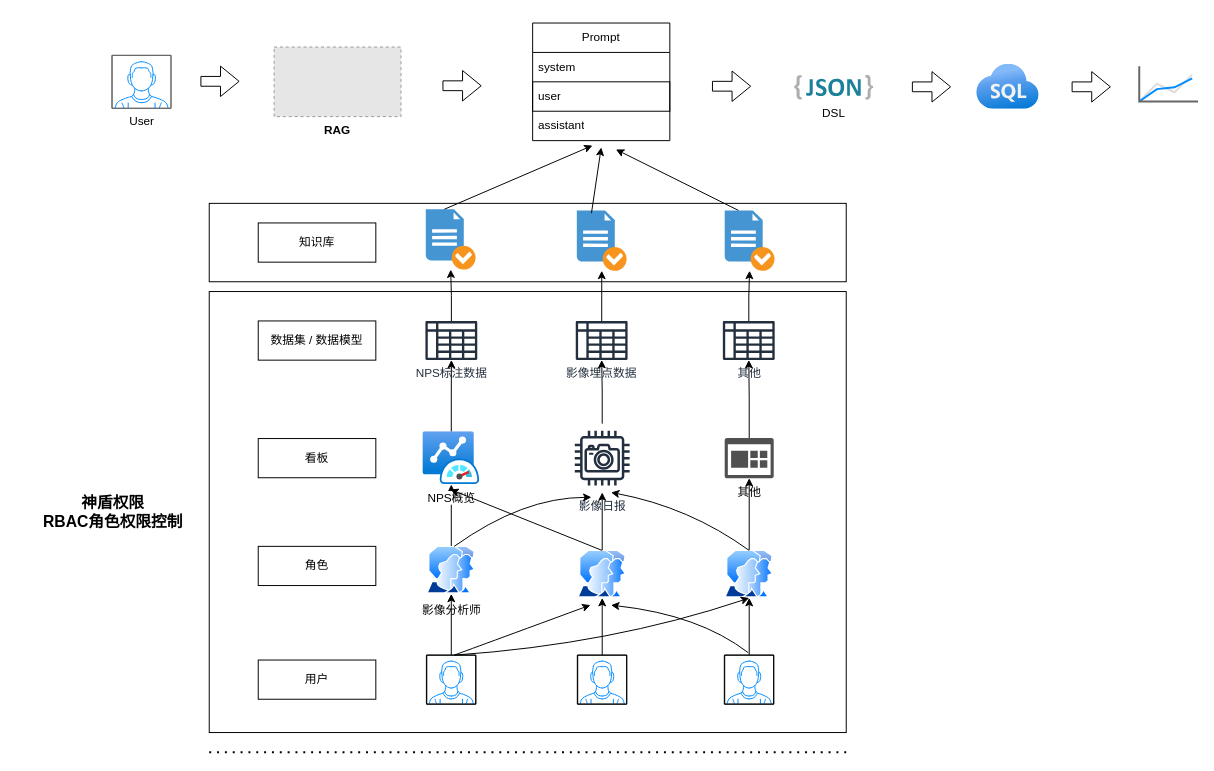
Before: permit.drawio in huashengz/text2any, a draw.io diagram. Source tidied: cells renumbered, new cells numbered last; positions are measured from the earlier drawing's top-left corner, leaving out a move shared by most shapes. Both pictures are drawn from the tidied source at 98%, with x=0, y=0 at pixel (17, 23). Pictures stored in the file or linked from it are replaced by grey dashed boxes.
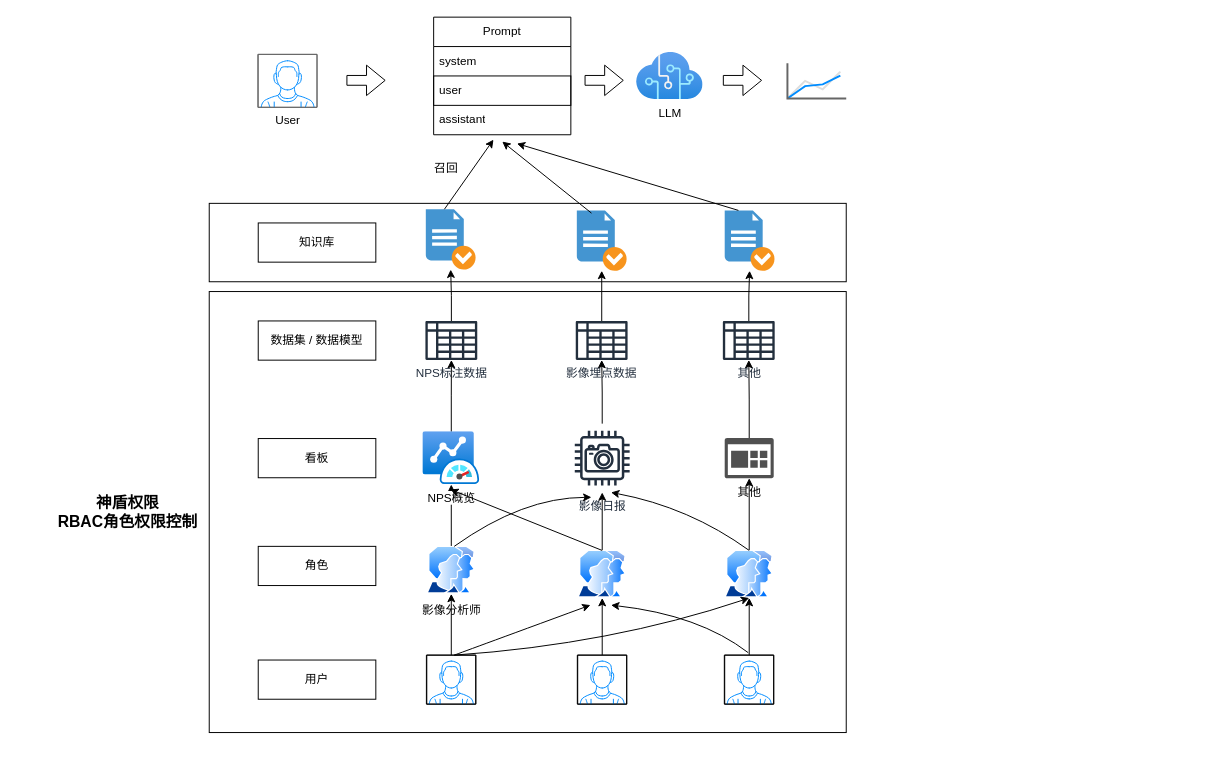
Above is the later version.

What changed in the source:
```diff
@@
     <mxCell id="26" value="神盾权限&lt;div&gt;RBAC角色权限控制&lt;/div&gt;" style="text;strokeColor=none;align=center;fillColor=none;html=1;verticalAlign=middle;whiteSpace=wrap;rounded=0;fontStyle=1;fontSize=16;" parent="1" vertex="1">
-      <mxGeometry y="473.2" width="196" height="51.5" as="geometry" />
+      <mxGeometry x="15" y="473.2" width="196" height="51.5" as="geometry" />
     </mxCell>
@@
     <mxCell id="42" value="Prompt" style="swimlane;fontStyle=0;horizontal=1;startSize=30;whiteSpace=wrap;html=1;" parent="1" vertex="1">
-      <mxGeometry x="526" width="140" height="120" as="geometry" />
+      <mxGeometry x="425" y="-6" width="140" height="120" as="geometry" />
     </mxCell>
@@
-    <mxCell id="47" value="RAG" style="fillColor=#E6E6E6;strokeColor=#999999;dashed=1;verticalLabelPosition=bottom;labelBackgroundColor=default;verticalAlign=top;fontStyle=1;" parent="1" vertex="1">
-      <mxGeometry x="262.2" y="24.5" width="129.5" height="71" as="geometry" />
-    </mxCell>
@@
     <mxCell id="51" style="shape=flexArrow;endArrow=classic;html=1;rounded=0;" parent="1" edge="1">
       <mxGeometry relative="1" as="geometry">
-        <mxPoint x="434" y="64" as="sourcePoint" />
-        <mxPoint x="474" y="64" as="targetPoint" />
+        <mxPoint x="336" y="58.5" as="sourcePoint" />
+        <mxPoint x="376" y="58.5" as="targetPoint" />
       </mxGeometry>
     </mxCell>
     <mxCell id="52" value="User" style="verticalLabelPosition=bottom;shadow=0;dashed=0;align=center;html=1;verticalAlign=top;strokeWidth=1;shape=mxgraph.mockup.containers.userMale;strokeColor=#666666;strokeColor2=#008cff;" parent="1" vertex="1">
-      <mxGeometry x="97" y="33" width="60" height="54" as="geometry" />
+      <mxGeometry x="246" y="32" width="60" height="54" as="geometry" />
     </mxCell>
-    <mxCell id="53" style="shape=flexArrow;endArrow=classic;html=1;rounded=0;" parent="1" edge="1">
-      <mxGeometry relative="1" as="geometry">
-        <mxPoint x="187" y="59.5" as="sourcePoint" />
-        <mxPoint x="227" y="59.5" as="targetPoint" />
-      </mxGeometry>
-    </mxCell>
     <mxCell id="54" style="shape=flexArrow;endArrow=classic;html=1;rounded=0;" parent="1" edge="1">
       <mxGeometry relative="1" as="geometry">
-        <mxPoint x="709" y="64.5" as="sourcePoint" />
-        <mxPoint x="749" y="64.5" as="targetPoint" />
+        <mxPoint x="579" y="58.5" as="sourcePoint" />
+        <mxPoint x="619" y="58.5" as="targetPoint" />
       </mxGeometry>
     </mxCell>
-    <mxCell id="55" value="DSL" style="dashed=0;html=1;align=center;labelPosition=center;verticalLabelPosition=bottom;verticalAlign=top;shape=mxgraph.weblogos.json_2;" parent="1" vertex="1">
-      <mxGeometry x="793" y="53" width="80.4" height="25.2" as="geometry" />
-    </mxCell>
     <mxCell id="56" style="shape=flexArrow;endArrow=classic;html=1;rounded=0;" parent="1" edge="1">
       <mxGeometry relative="1" as="geometry">
-        <mxPoint x="913" y="65.1" as="sourcePoint" />
-        <mxPoint x="953" y="65.1" as="targetPoint" />
+        <mxPoint x="720.1" y="58.5" as="sourcePoint" />
+        <mxPoint x="760.1" y="58.5" as="targetPoint" />
       </mxGeometry>
     </mxCell>
-    <mxCell id="57" style="image;html=1;align=center;fontSize=12;image=img/lib/azure2/databases/Azure_SQL.svg;" parent="1" vertex="1">
-      <mxGeometry x="979" y="42" width="64" height="46" as="geometry" />
-    </mxCell>
     <mxCell id="58" style="verticalLabelPosition=bottom;shadow=0;dashed=0;align=center;html=1;verticalAlign=top;strokeWidth=1;shape=mxgraph.mockup.graphics.lineChart;strokeColor=none;strokeColor2=#666666;strokeColor3=#008cff;strokeColor4=#dddddd;" parent="1" vertex="1">
-      <mxGeometry x="1145" y="44" width="60" height="36" as="geometry" />
+      <mxGeometry x="786" y="41" width="60" height="36" as="geometry" />
     </mxCell>
-    <mxCell id="59" style="shape=flexArrow;endArrow=classic;html=1;rounded=0;" parent="1" edge="1">
-      <mxGeometry relative="1" as="geometry">
-        <mxPoint x="1076" y="65.1" as="sourcePoint" />
-        <mxPoint x="1116" y="65.1" as="targetPoint" />
-      </mxGeometry>
-    </mxCell>
-    <mxCell id="60" style="endArrow=none;dashed=1;html=1;dashPattern=1 3;strokeWidth=2;rounded=0;" parent="1" edge="1">
-      <mxGeometry relative="1" as="geometry">
-        <mxPoint x="196" y="744" as="sourcePoint" />
-        <mxPoint x="846" y="744" as="targetPoint" />
-      </mxGeometry>
-    </mxCell>
+    <mxCell id="61" value="LLM" style="image;html=1;align=center;fontSize=12;image=img/lib/azure2/ai_machine_learning/Cognitive_Services.svg;" parent="1" vertex="1">
+      <mxGeometry x="632" y="30" width="68" height="48" as="geometry" />
+    </mxCell>
+    <mxCell id="62" value="召回" style="text;strokeColor=none;align=center;fillColor=none;html=1;verticalAlign=middle;whiteSpace=wrap;rounded=0;" parent="1" vertex="1">
+      <mxGeometry x="407.8" y="134" width="60" height="30" as="geometry" />
+    </mxCell>
```
